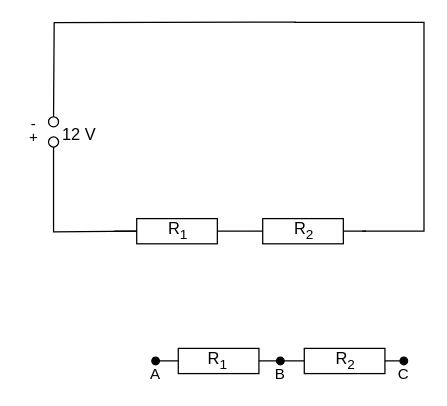
Before: page "Page-4" (4 of 5) of stromkreise.drawio in JoernWVSG/diagram, a draw.io diagram. Source tidied: cells renumbered, new cells numbered last; positions are measured from the earlier drawing's top-left corner, leaving out a move shared by most shapes. Both pictures are drawn from the tidied source at 126%, with x=0, y=0 at pixel (21, 21).
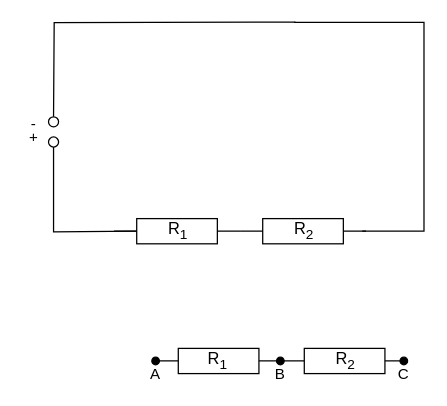
The same diagram, later.

Diff of the diagram source:
```diff
@@
-    <mxCell id="13" value="12 V" style="text;html=1;align=center;verticalAlign=middle;strokeColor=none;fillColor=none;fontSize=13;" parent="1" vertex="1">
-      <mxGeometry x="26" y="79" width="37" height="20" as="geometry" />
-    </mxCell>
```
